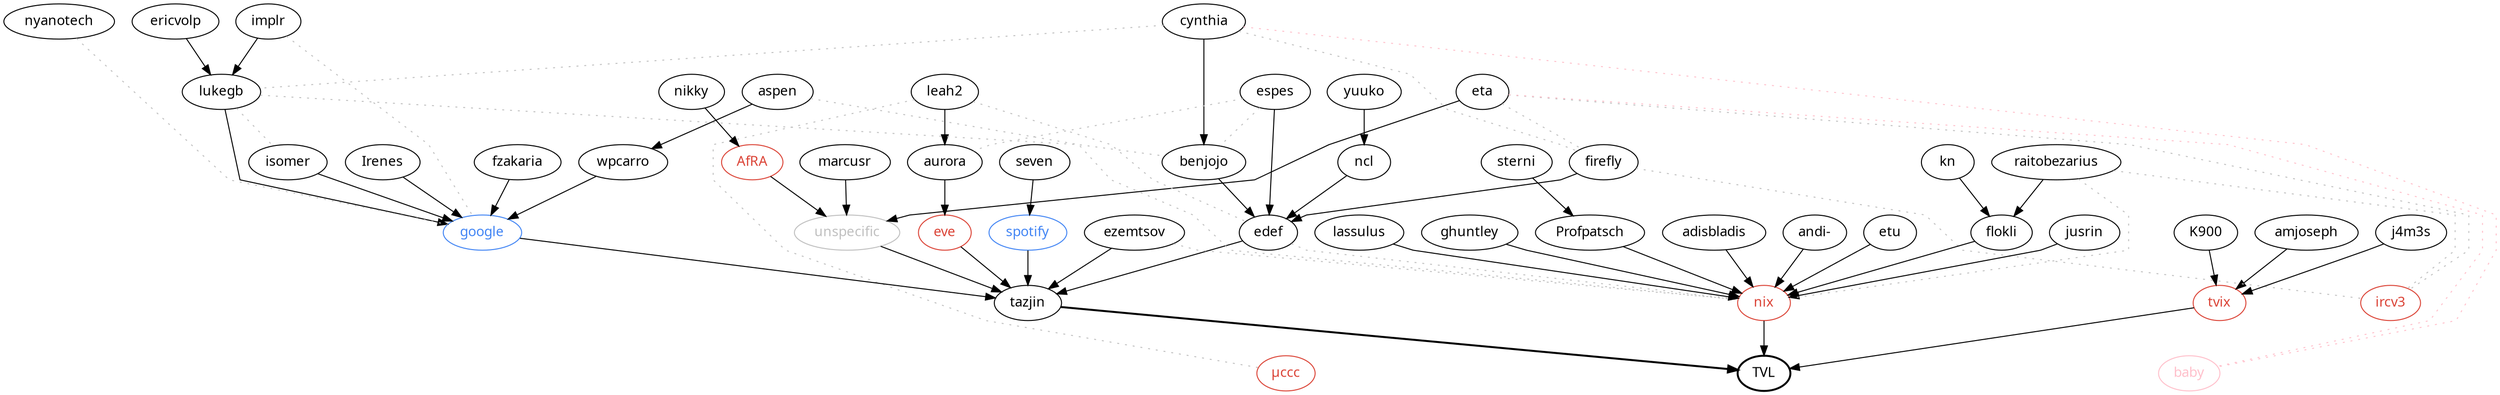
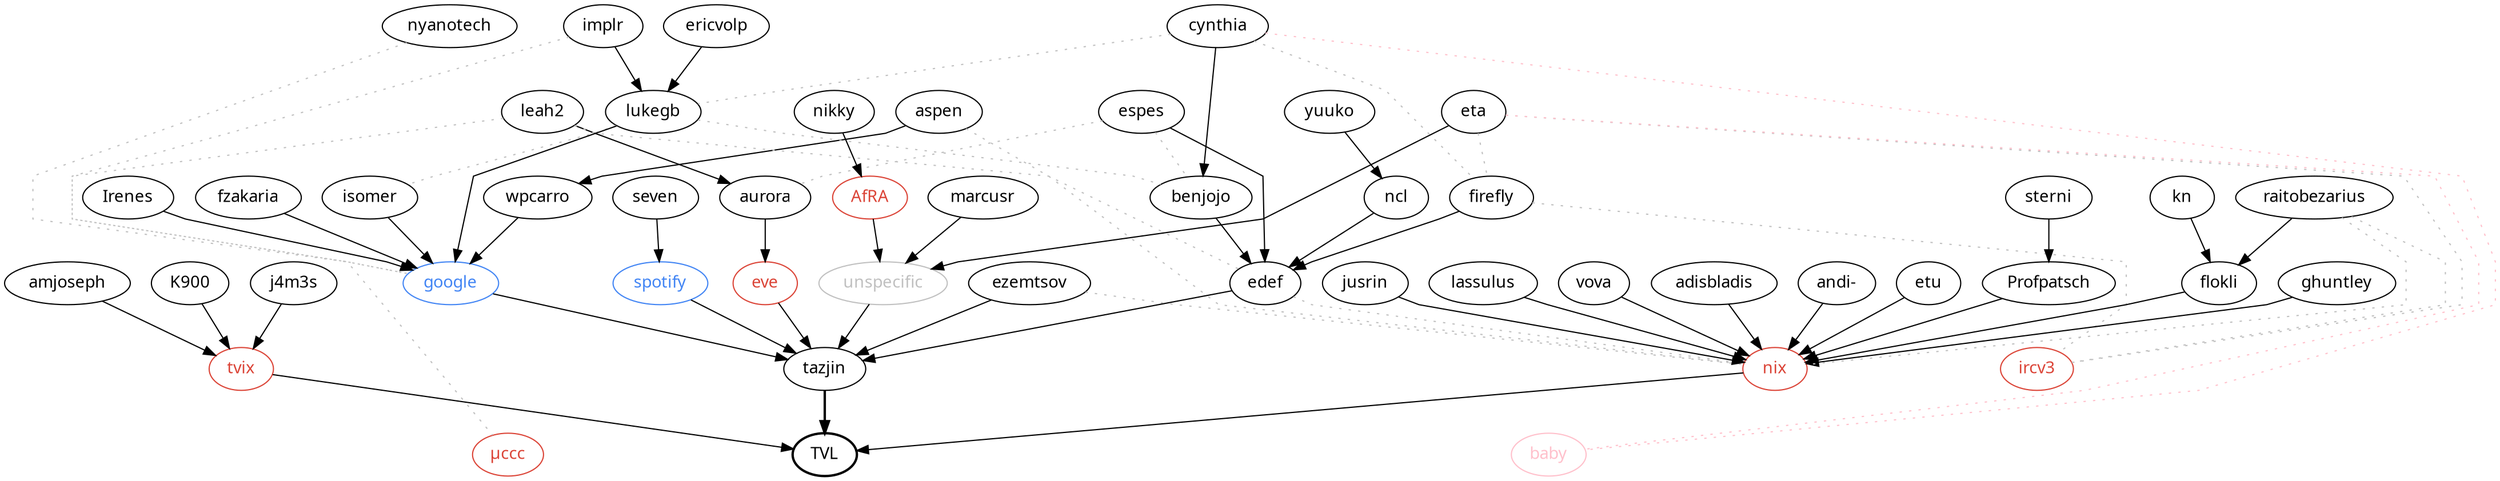
digraph tvl {
  node [fontname = "JetBrains Mono"];
  overlap = false;
  splines = polyline;

  TVL [style="bold" href="http://tvl.fyi"];
  tazjin -> TVL [style="bold"];

  // people
  subgraph {
    Irenes [href="https://www.pluralpride.com/"];
    K900 [href="https://0upti.me/"];
    Profpatsch [href="http://profpatsch.de/"];
    adisbladis [href="http://nixos.expert/"];
    amjoseph;
    andi [label="andi-" href="https://andreas.rammhold.de/"];
    aurora [href="https://nonegenderleftfox.aventine.se/"];
    benjojo [href="https://benjojo.co.uk/"];
    cynthia [href="https://cynthia.re/"];
    edef [href="https://edef.eu/files/edef.hs"];
    ericvolp [href="https://ericv.me"];
    espes;
    eta [href="https://theta.eu.org/"];
    etu [href="https://elis.nu/"];
    ezemtsov [href="https://github.com/ezemtsov"];
    firefly [href="http://firefly.nu/"];
    flokli [href="https://flokli.de/"];
    fzakaria [href="https://fzakaria.com/"];
    ghuntley [href="https://ghuntley.com/"];
    aspen [href="http://gws.fyi"];
    implr [href="https://twitter.com/implring"];
    isomer [href="https://www.lorier.net/"];
    j4m3s [href="https://github.com/j4m3s-s"];
    jusrin [href="https://jusrin.dev/"];
    kn;
    lassulus;
    leah2 [href="https://leahneukirchen.org/"];
    lukegb [href="https://lukegb.com/"];
    marcusr [href="http://marcus.nordaaker.com/"];
    ncl;
    nikky [href="http://nikky.moe/"];
    nyanotech [href="https://twitter.com/nyanotech"];
    seven [href="https://open.spotify.com/user/so7"];
    sterni [href="https://sterni.lv/"];
    tazjin [href="https://tazj.in/"];
    wpcarro [href="https://wpcarro.dev/"];
    raitobezarius [href="https://ryan.lahfa.xyz/"];
+     vova [href="https://github.com/vkryachko"];
    yuuko;
  }

  // companies (blue)
  subgraph {
    node [color="#4285f4" fontcolor="#4285f4"];
    spotify [href="https://www.spotify.com/"];
    google [href="https://www.google.com/"];
  }

  // communities? (red)
  subgraph {
    node [color="#db4437" fontcolor="#db4437"];
    eve [href="https://www.eveonline.com/"];
    nix [href="https://nixos.org/nix/"];
    tvix [href="https://code.tvl.fyi/tree/tvix"];
    ircv3 [href="https://ircv3.net/"];
    muccc [label="µccc" href="https://muc.ccc.de/"];
    afra [label="AfRA" href="https://afra-berlin.de/"];
  }

  // special
  subgraph {
    baby [color="pink" fontcolor="pink" href="https://cynthia.re/s/baby"];
    unspecific [color="grey" fontcolor="grey"];
  }

  // primary edges (how did they end up in TVL?)
  subgraph {
    // Direct edges
    nix -> TVL;
    tvix -> TVL;

    spotify -> tazjin;
    google -> tazjin;
    eve -> tazjin;
    unspecific -> tazjin;
    edef -> tazjin;
    ezemtsov -> tazjin;

    // via nix
    adisbladis -> nix;
    jusrin -> nix;
    ghuntley -> nix;
    flokli -> nix;
    andi -> nix;
    Profpatsch -> nix;
    lassulus -> nix;
    etu -> nix;
+     vova -> nix;

    // via tvix
    j4m3s -> tvix;
    amjoseph -> tvix;
    K900 -> tvix;

    // via edef
    benjojo -> edef;
    espes -> edef;
    firefly -> edef;
    leah2 -> aurora;
    ncl -> edef;

    // via spotify
    seven -> spotify;

    // via google
    Irenes -> google;
    isomer -> google;
    lukegb -> google;
    wpcarro -> google;
    fzakaria -> google;

    // random primary
    aspen -> wpcarro;
    aurora -> eve;
    cynthia -> benjojo;
    eta -> unspecific;
    ericvolp -> lukegb;
    marcusr -> unspecific;
    implr -> lukegb;
    afra -> unspecific;
    nikky -> afra;
    kn -> flokli;
    sterni -> Profpatsch;
    yuuko -> ncl;
    raitobezarius -> flokli;
  }

  // secondary edges (how are they connected otherwise?)
  subgraph {
    edge [weight=0 style="dotted" color="grey" arrowhead="none"];

    // ircv3
    eta -> ircv3;
    firefly -> ircv3;
    raitobezarius -> ircv3;

    // µccc
    leah2 -> muccc;

    // random
    leah2 -> edef;
    lukegb -> isomer;
    eta -> firefly;
    cynthia -> firefly;
    cynthia -> lukegb;
    implr -> google;
    nyanotech -> google;
    lukegb -> benjojo;
    espes -> benjojo;
    espes -> aurora;
    aspen -> nix;
    edef -> nix;
    ezemtsov -> nix;
    raitobezarius -> nix;
  }

  // baby
  subgraph {
    edge [weight=0 style="dotted" color="pink" arrowhead="none"];
    cynthia -> baby;
    eta -> baby;
  }
}
